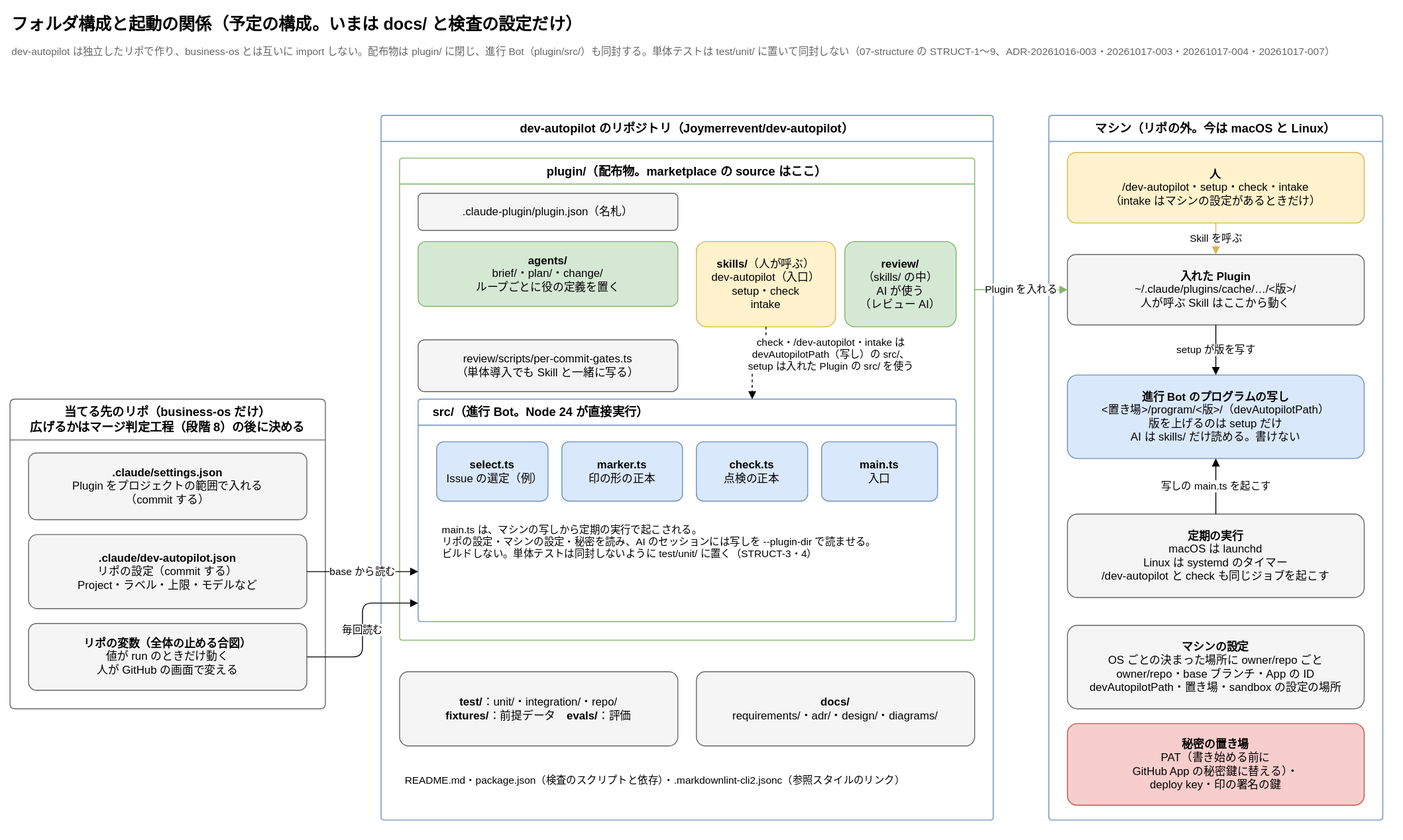
Joymerrevent/dev-autopilot keeps this draw.io diagram as docs/diagrams/structure.drawio.svg. Above is the earlier version. Source tidied: cells renumbered, new cells last; positions are measured from the earlier drawing's top-left corner, leaving out a move shared by most shapes.
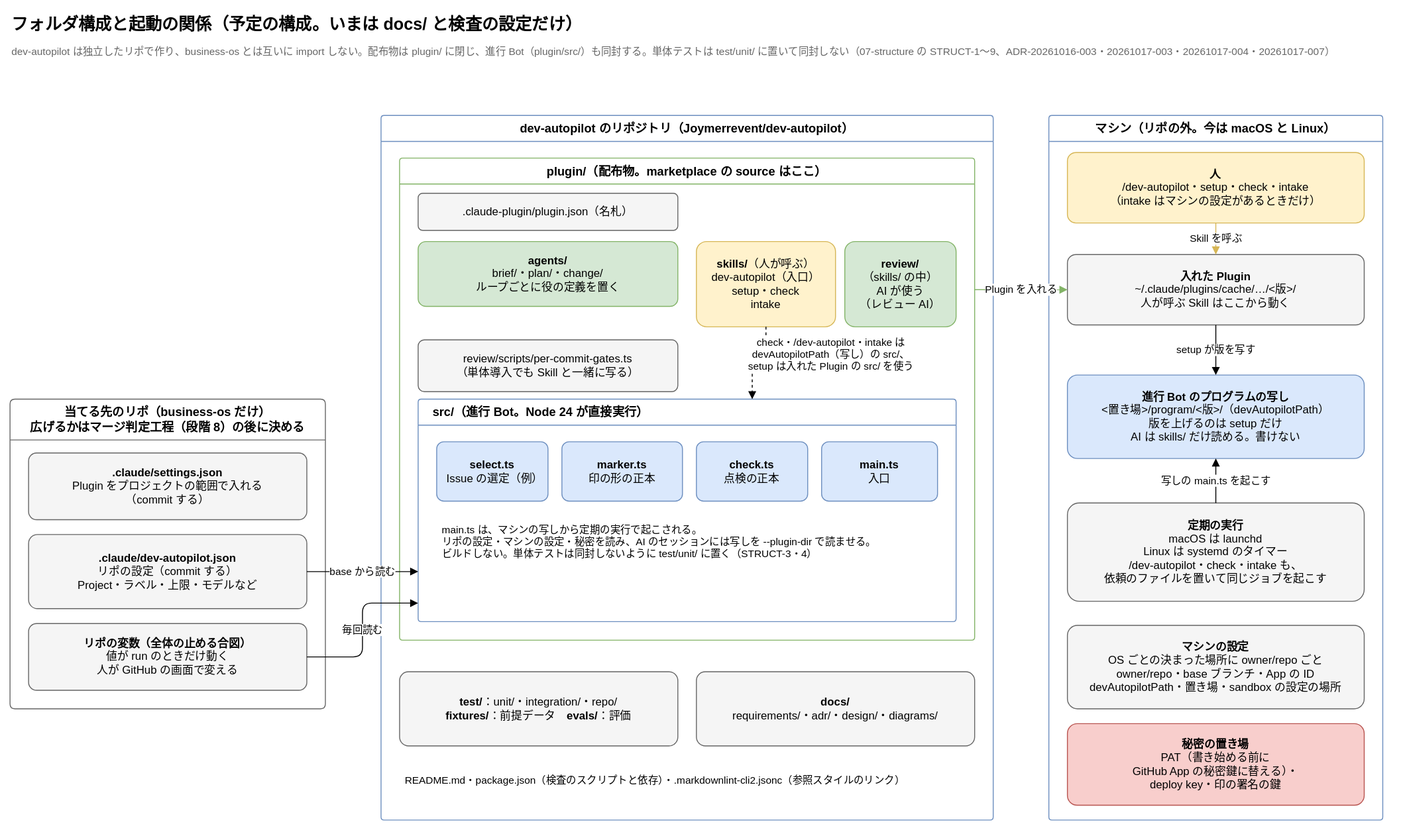
The same file after the commit.

Commit message:
docs: intake の Skill の動かし方を決めた ADR-20261022-004 を、図に反映する

Diff of the diagram source:
```diff
@@ -80,8 +80,8 @@
     <mxCell id="27" value="&lt;b&gt;進行 Bot のプログラムの写し&lt;/b&gt;&lt;br&gt;&amp;lt;置き場&amp;gt;/program/&amp;lt;版&amp;gt;/（devAutopilotPath）&lt;br&gt;版を上げるのは setup だけ&lt;br&gt;AI は skills/ だけ読める。書けない" style="rounded=1;whiteSpace=wrap;html=1;fontSize=12;arcSize=12;fillColor=#dae8fc;strokeColor=#6c8ebf;spacing=12;" parent="24" vertex="1">
       <mxGeometry x="20" y="280" width="320" height="90" as="geometry" />
     </mxCell>
-    <mxCell id="28" value="&lt;b&gt;定期の実行&lt;/b&gt;&lt;br&gt;macOS は launchd&lt;br&gt;Linux は systemd のタイマー&lt;br&gt;/dev-autopilot と check も同じジョブを起こす" style="rounded=1;whiteSpace=wrap;html=1;fontSize=12;arcSize=12;fillColor=#f5f5f5;strokeColor=#666666;spacing=12;" parent="24" vertex="1">
-      <mxGeometry x="20" y="430" width="320" height="90" as="geometry" />
+    <mxCell id="28" value="&lt;b&gt;定期の実行&lt;/b&gt;&lt;br&gt;macOS は launchd&lt;br&gt;Linux は systemd のタイマー&lt;br&gt;/dev-autopilot・check・intake も、&lt;br&gt;依頼のファイルを置いて同じジョブを起こす" style="rounded=1;whiteSpace=wrap;html=1;fontSize=12;arcSize=12;fillColor=#f5f5f5;strokeColor=#666666;spacing=12;" parent="24" vertex="1">
+      <mxGeometry x="20" y="418" width="320" height="106" as="geometry" />
     </mxCell>
     <mxCell id="29" value="&lt;b&gt;マシンの設定&lt;/b&gt;&lt;br&gt;OS ごとの決まった場所に owner/repo ごと&lt;br&gt;owner/repo・base ブランチ・App の ID&lt;br&gt;devAutopilotPath・置き場・sandbox の設定の場所" style="rounded=1;whiteSpace=wrap;html=1;fontSize=12;arcSize=12;fillColor=#f5f5f5;strokeColor=#666666;spacing=12;" parent="24" vertex="1">
       <mxGeometry x="20" y="550" width="320" height="90" as="geometry" />
```
